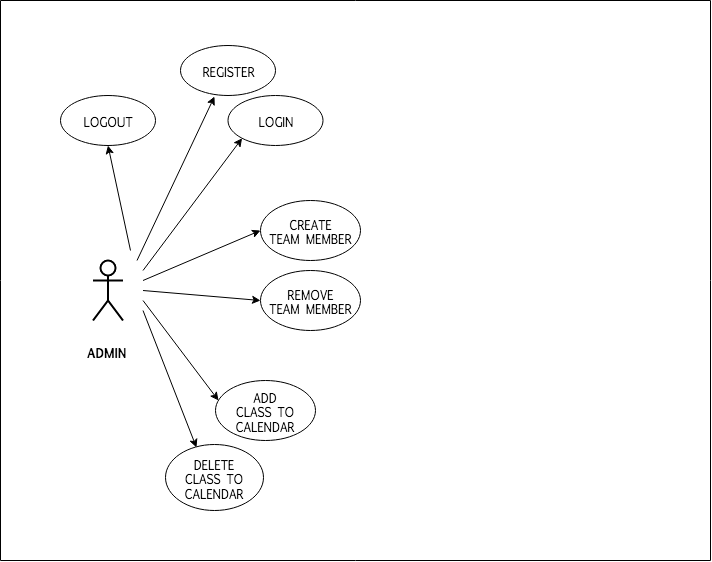
b00tc4mp/skylab-bootcamp-201909 keeps this draw.io diagram as staff/aitor-parra/pyrene-ski/pyrene-ski-doc/images/ps-usecases_ver0.png. Above is the earlier version. Source tidied: cells renumbered, new cells last; positions are measured from the earlier drawing's top-left corner, leaving out a move shared by most shapes.
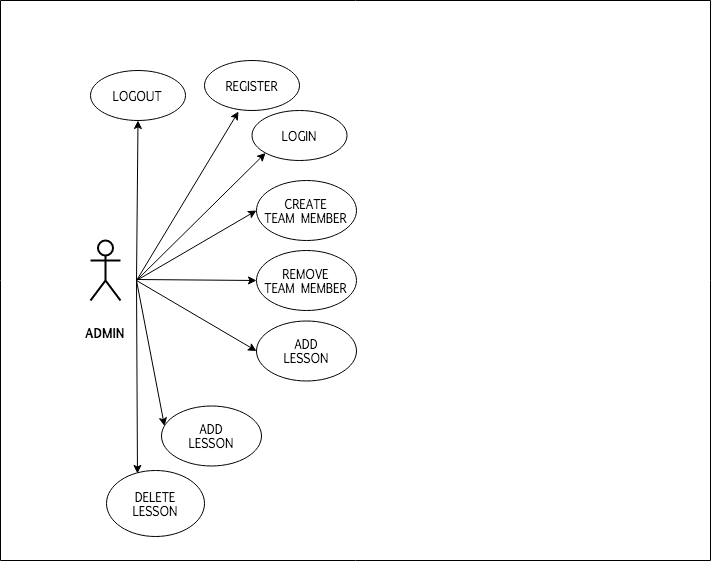
After the change.

The edit, as a diff of the source:
```diff
@@ -3,54 +3,54 @@
     <mxCell id="0" />
     <mxCell id="1" parent="0" />
     <mxCell id="2" value="&lt;p style=&quot;font-size: 16px&quot;&gt;&lt;font style=&quot;font-size: 12px&quot; face=&quot;Lucida Console&quot;&gt;&lt;b&gt;ADMIN&lt;/b&gt;&lt;/font&gt;&lt;/p&gt;" style="shape=umlActor;verticalLabelPosition=bottom;labelBackgroundColor=#ffffff;verticalAlign=top;html=1;strokeWidth=2;perimeterSpacing=0;" parent="1" vertex="1">
-      <mxGeometry x="92.5" y="260" width="30" height="60" as="geometry" />
+      <mxGeometry x="90" y="240" width="30" height="60" as="geometry" />
     </mxCell>
     <mxCell id="3" value="REGISTER" style="ellipse;whiteSpace=wrap;html=1;fontFamily=Lucida Console;" parent="1" vertex="1">
-      <mxGeometry x="180" y="45" width="95" height="50" as="geometry" />
+      <mxGeometry x="204" y="60" width="95" height="50" as="geometry" />
     </mxCell>
     <mxCell id="4" value="LOGIN" style="ellipse;whiteSpace=wrap;html=1;fontFamily=Lucida Console;" parent="1" vertex="1">
-      <mxGeometry x="227.5" y="95" width="95" height="50" as="geometry" />
+      <mxGeometry x="251.5" y="110" width="95" height="50" as="geometry" />
     </mxCell>
     <mxCell id="5" value="&lt;div&gt;CREATE&lt;/div&gt;&lt;div&gt;TEAM MEMBER&lt;br&gt;&lt;/div&gt;" style="ellipse;whiteSpace=wrap;html=1;fontFamily=Lucida Console;" parent="1" vertex="1">
-      <mxGeometry x="260" y="200" width="100" height="60" as="geometry" />
+      <mxGeometry x="256" y="180" width="100" height="60" as="geometry" />
     </mxCell>
     <mxCell id="6" value="&lt;div&gt;REMOVE&lt;br&gt;&lt;/div&gt;&lt;div&gt;TEAM MEMBER&lt;/div&gt;" style="ellipse;whiteSpace=wrap;html=1;fontFamily=Lucida Console;" parent="1" vertex="1">
-      <mxGeometry x="260" y="270" width="100" height="60" as="geometry" />
+      <mxGeometry x="256" y="250" width="100" height="60" as="geometry" />
     </mxCell>
-    <mxCell id="7" value="&lt;div&gt;ADD&lt;br&gt;&lt;/div&gt;&lt;div&gt;CLASS TO CALENDAR&lt;br&gt;&lt;/div&gt;" style="ellipse;whiteSpace=wrap;html=1;fontFamily=Lucida Console;" parent="1" vertex="1">
-      <mxGeometry x="215" y="380" width="100" height="60" as="geometry" />
+    <mxCell id="7" value="&lt;div&gt;ADD&lt;br&gt;&lt;/div&gt;&lt;div&gt;LESSON &lt;br&gt;&lt;/div&gt;" style="ellipse;whiteSpace=wrap;html=1;fontFamily=Lucida Console;" parent="1" vertex="1">
+      <mxGeometry x="161" y="405.5" width="100" height="60" as="geometry" />
     </mxCell>
-    <mxCell id="8" value="&lt;div&gt;DELETE&lt;/div&gt;&lt;div&gt;CLASS TO CALENDAR&lt;br&gt;&lt;/div&gt;" style="ellipse;whiteSpace=wrap;html=1;fontFamily=Lucida Console;" parent="1" vertex="1">
-      <mxGeometry x="165" y="444" width="98" height="66" as="geometry" />
+    <mxCell id="8" value="&lt;div&gt;DELETE&lt;/div&gt;&lt;div&gt;LESSON&lt;br&gt;&lt;/div&gt;" style="ellipse;whiteSpace=wrap;html=1;fontFamily=Lucida Console;" parent="1" vertex="1">
+      <mxGeometry x="106" y="470" width="98" height="66" as="geometry" />
     </mxCell>
     <mxCell id="9" style="endArrow=classic;html=1;entryX=0.316;entryY=0.045;entryDx=0;entryDy=0;entryPerimeter=0;" parent="1" edge="1" target="8">
       <mxGeometry relative="1" as="geometry">
-        <mxPoint x="142.5" y="310" as="sourcePoint" />
+        <mxPoint x="136" y="280" as="sourcePoint" />
       </mxGeometry>
     </mxCell>
     <mxCell id="10" style="endArrow=classic;html=1;entryX=0;entryY=1;entryDx=0;entryDy=0;" parent="1" edge="1" target="4">
       <mxGeometry relative="1" as="geometry">
-        <mxPoint x="142.5" y="270" as="sourcePoint" />
+        <mxPoint x="136" y="280" as="sourcePoint" />
       </mxGeometry>
     </mxCell>
     <mxCell id="11" style="endArrow=classic;html=1;entryX=0;entryY=0.5;entryDx=0;entryDy=0;" parent="1" edge="1" target="5">
       <mxGeometry relative="1" as="geometry">
-        <mxPoint x="142.5" y="280" as="sourcePoint" />
+        <mxPoint x="136" y="280" as="sourcePoint" />
       </mxGeometry>
     </mxCell>
     <mxCell id="12" style="endArrow=classic;html=1;entryX=0.03;entryY=0.333;entryDx=0;entryDy=0;entryPerimeter=0;" parent="1" edge="1" target="7">
       <mxGeometry relative="1" as="geometry">
-        <mxPoint x="142.5" y="300" as="sourcePoint" />
+        <mxPoint x="136" y="280" as="sourcePoint" />
       </mxGeometry>
     </mxCell>
     <mxCell id="13" style="endArrow=classic;html=1;entryX=0;entryY=0.5;entryDx=0;entryDy=0;" parent="1" edge="1" target="6">
       <mxGeometry relative="1" as="geometry">
-        <mxPoint x="142.5" y="290" as="sourcePoint" />
+        <mxPoint x="136" y="279" as="sourcePoint" />
       </mxGeometry>
     </mxCell>
     <mxCell id="14" style="endArrow=classic;html=1;entryX=0.358;entryY=1.02;entryDx=0;entryDy=0;entryPerimeter=0;" parent="1" edge="1" target="3">
       <mxGeometry relative="1" as="geometry">
-        <mxPoint x="136.5" y="260" as="sourcePoint" />
+        <mxPoint x="136" y="280" as="sourcePoint" />
       </mxGeometry>
     </mxCell>
     <mxCell id="15" style="endArrow=none;html=1;" parent="1" edge="1">
@@ -78,12 +78,20 @@
       </mxGeometry>
     </mxCell>
     <mxCell id="19" value="LOGOUT" style="ellipse;whiteSpace=wrap;html=1;fontFamily=Lucida Console;" parent="1" vertex="1">
-      <mxGeometry x="60" y="95" width="95" height="50" as="geometry" />
+      <mxGeometry x="90" y="70" width="95" height="50" as="geometry" />
     </mxCell>
     <mxCell id="20" style="endArrow=classic;html=1;entryX=0.5;entryY=1;entryDx=0;entryDy=0;" parent="1" edge="1" target="19">
       <mxGeometry relative="1" as="geometry">
-        <mxPoint x="130" y="250" as="sourcePoint" />
+        <mxPoint x="136" y="280" as="sourcePoint" />
       </mxGeometry>
     </mxCell>
+    <mxCell id="21" value="&lt;div&gt;ADD&lt;br&gt;&lt;/div&gt;&lt;div&gt;LESSON &lt;br&gt;&lt;/div&gt;" style="ellipse;whiteSpace=wrap;html=1;fontFamily=Lucida Console;" parent="1" vertex="1">
+      <mxGeometry x="256" y="320.5" width="100" height="60" as="geometry" />
+    </mxCell>
+    <mxCell id="22" style="endArrow=classic;html=1;entryX=0;entryY=0.5;entryDx=0;entryDy=0;" parent="1" edge="1" target="21">
+      <mxGeometry relative="1" as="geometry">
+        <mxPoint x="136" y="280" as="sourcePoint" />
+      </mxGeometry>
+    </mxCell>
   </root>
 </mxGraphModel>
```
